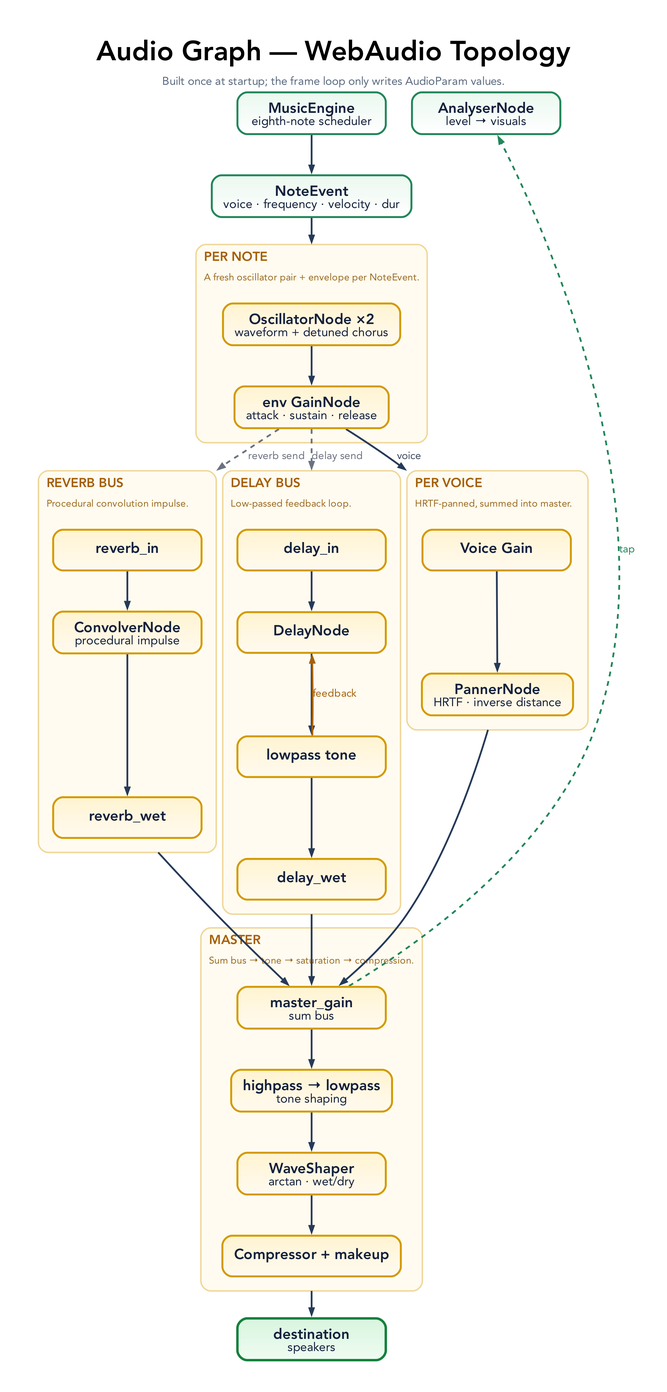
Before: docs/diagrams/audio-graph.png, a diagram exported from Graphviz (tre-systems/geno-2). Its source is kept beside it as docs/diagrams/audio-graph.dot.
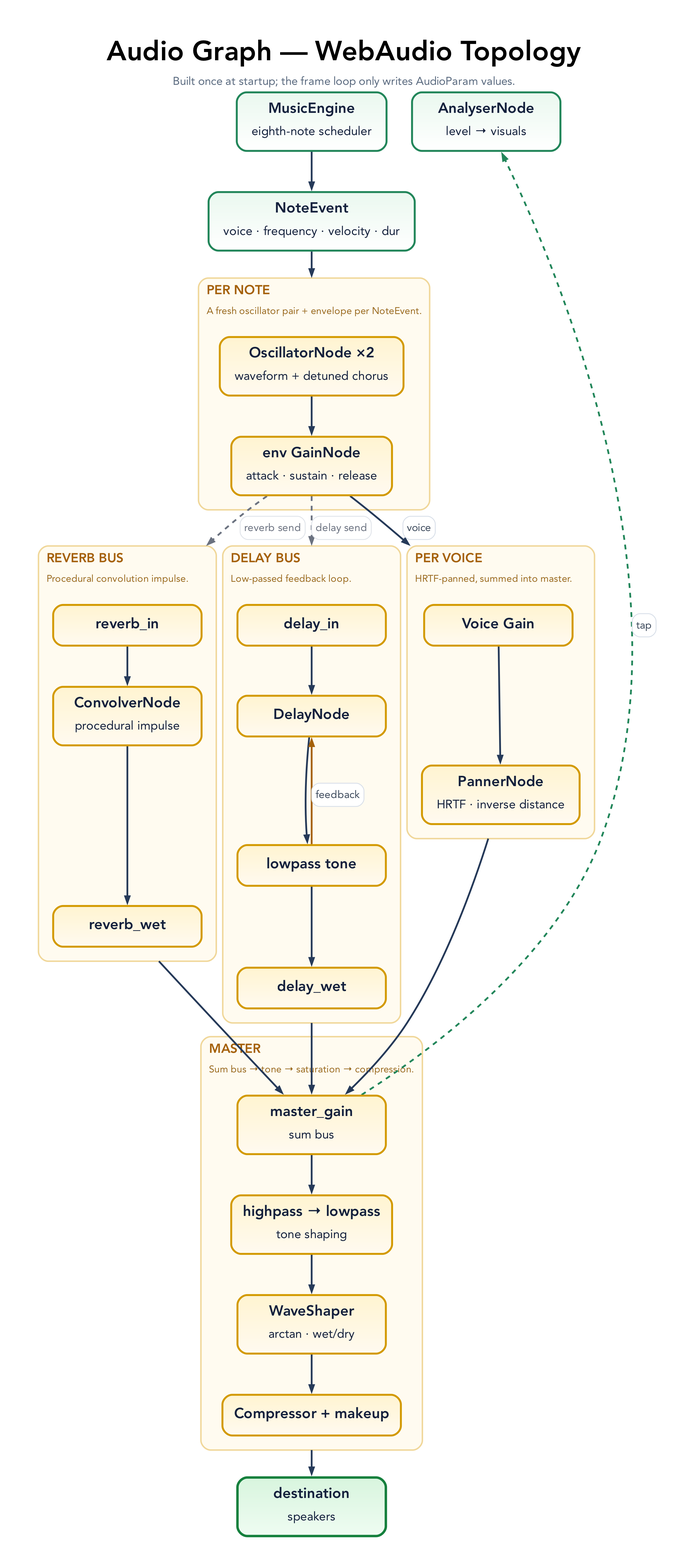
Later version of the same file.

What changed in the source:
```diff
@@ -46,8 +46,8 @@
     arrowsize=0.78
   ];
 
-  ENG  [label=<<B>MusicEngine</B><BR/><FONT POINT-SIZE="15">eighth-note scheduler</FONT>>, fillcolor="#eaf8ef:#ffffff", color="#22865a"];
-  NOTE [label=<<B>NoteEvent</B><BR/><FONT POINT-SIZE="15">voice · frequency · velocity · dur</FONT>>, fillcolor="#eaf8ef:#ffffff", color="#22865a"];
+  ENG  [label=<<TABLE BORDER="0" CELLBORDER="0" CELLSPACING="0" CELLPADDING="0"><TR><TD><B>MusicEngine</B></TD></TR><TR><TD CELLPADDING="4"><FONT POINT-SIZE="15">eighth-note scheduler</FONT></TD></TR></TABLE>>, fillcolor="#eaf8ef:#ffffff", color="#22865a"];
+  NOTE [label=<<TABLE BORDER="0" CELLBORDER="0" CELLSPACING="0" CELLPADDING="0"><TR><TD><B>NoteEvent</B></TD></TR><TR><TD CELLPADDING="4"><FONT POINT-SIZE="15">voice · frequency · velocity · dur</FONT></TD></TR></TABLE>>, fillcolor="#eaf8ef:#ffffff", color="#22865a"];
 
   subgraph cluster_note {
     graph [
@@ -60,8 +60,8 @@
       labelloc=t, labeljust=l,
       color="#f0d79a", fillcolor="#fffbf0", style="rounded,filled", penwidth=1.8, margin=18
     ];
-    OSC [label=<<B>OscillatorNode ×2</B><BR/><FONT POINT-SIZE="15">waveform + detuned chorus</FONT>>];
-    ENV [label=<<B>env GainNode</B><BR/><FONT POINT-SIZE="15">attack · sustain · release</FONT>>];
+    OSC [label=<<TABLE BORDER="0" CELLBORDER="0" CELLSPACING="0" CELLPADDING="0"><TR><TD><B>OscillatorNode ×2</B></TD></TR><TR><TD CELLPADDING="4"><FONT POINT-SIZE="15">waveform + detuned chorus</FONT></TD></TR></TABLE>>];
+    ENV [label=<<TABLE BORDER="0" CELLBORDER="0" CELLSPACING="0" CELLPADDING="0"><TR><TD><B>env GainNode</B></TD></TR><TR><TD CELLPADDING="4"><FONT POINT-SIZE="15">attack · sustain · release</FONT></TD></TR></TABLE>>];
     OSC -> ENV;
   }
 
@@ -77,7 +77,7 @@
       color="#f0d79a", fillcolor="#fffbf0", style="rounded,filled", penwidth=1.8, margin=18
     ];
     VG  [label=<<B>Voice Gain</B>>];
-    PAN [label=<<B>PannerNode</B><BR/><FONT POINT-SIZE="15">HRTF · inverse distance</FONT>>];
+    PAN [label=<<TABLE BORDER="0" CELLBORDER="0" CELLSPACING="0" CELLPADDING="0"><TR><TD><B>PannerNode</B></TD></TR><TR><TD CELLPADDING="4"><FONT POINT-SIZE="15">HRTF · inverse distance</FONT></TD></TR></TABLE>>];
     VG -> PAN;
   }
 
@@ -93,7 +93,7 @@
       color="#f0d79a", fillcolor="#fffbf0", style="rounded,filled", penwidth=1.8, margin=18
     ];
     RIN  [label=<<B>reverb_in</B>>];
-    CONV [label=<<B>ConvolverNode</B><BR/><FONT POINT-SIZE="15">procedural impulse</FONT>>];
+    CONV [label=<<TABLE BORDER="0" CELLBORDER="0" CELLSPACING="0" CELLPADDING="0"><TR><TD><B>ConvolverNode</B></TD></TR><TR><TD CELLPADDING="4"><FONT POINT-SIZE="15">procedural impulse</FONT></TD></TR></TABLE>>];
     RWET [label=<<B>reverb_wet</B>>];
     RIN -> CONV -> RWET;
   }
@@ -114,7 +114,7 @@
     DTONE [label=<<B>lowpass tone</B>>];
     DWET  [label=<<B>delay_wet</B>>];
     DIN -> DLY -> DTONE -> DWET;
-    DTONE -> DLY [label="feedback", color="#a5610a", fontcolor="#a5610a", constraint=false];
+    DTONE -> DLY [label=<<TABLE BORDER="1" CELLBORDER="0" STYLE="ROUNDED" COLOR="#d7dee8" BGCOLOR="#ffffff" CELLSPACING="0" CELLPADDING="4"><TR><TD><FONT POINT-SIZE="13" COLOR="#3d4a5c">feedback</FONT></TD></TR></TABLE>>, color="#a5610a", fontcolor="#a5610a", constraint=false];
   }
 
   subgraph cluster_master {
@@ -128,26 +128,26 @@
       labelloc=t, labeljust=l,
       color="#f0d79a", fillcolor="#fffbf0", style="rounded,filled", penwidth=1.8, margin=18
     ];
-    MASTER [label=<<B>master_gain</B><BR/><FONT POINT-SIZE="15">sum bus</FONT>>];
-    TONE   [label=<<B>highpass → lowpass</B><BR/><FONT POINT-SIZE="15">tone shaping</FONT>>];
-    SAT    [label=<<B>WaveShaper</B><BR/><FONT POINT-SIZE="15">arctan · wet/dry</FONT>>];
+    MASTER [label=<<TABLE BORDER="0" CELLBORDER="0" CELLSPACING="0" CELLPADDING="0"><TR><TD><B>master_gain</B></TD></TR><TR><TD CELLPADDING="4"><FONT POINT-SIZE="15">sum bus</FONT></TD></TR></TABLE>>];
+    TONE   [label=<<TABLE BORDER="0" CELLBORDER="0" CELLSPACING="0" CELLPADDING="0"><TR><TD><B>highpass → lowpass</B></TD></TR><TR><TD CELLPADDING="4"><FONT POINT-SIZE="15">tone shaping</FONT></TD></TR></TABLE>>];
+    SAT    [label=<<TABLE BORDER="0" CELLBORDER="0" CELLSPACING="0" CELLPADDING="0"><TR><TD><B>WaveShaper</B></TD></TR><TR><TD CELLPADDING="4"><FONT POINT-SIZE="15">arctan · wet/dry</FONT></TD></TR></TABLE>>];
     COMP   [label=<<B>Compressor + makeup</B>>];
     MASTER -> TONE -> SAT -> COMP;
   }
 
-  DEST [label=<<B>destination</B><BR/><FONT POINT-SIZE="15">speakers</FONT>>, fillcolor="#d8f5de:#effcf2", color="#15803d", penwidth=3.0];
-  ANALYSER [label=<<B>AnalyserNode</B><BR/><FONT POINT-SIZE="15">level → visuals</FONT>>, fillcolor="#eaf8ef:#ffffff", color="#22865a"];
+  DEST [label=<<TABLE BORDER="0" CELLBORDER="0" CELLSPACING="0" CELLPADDING="0"><TR><TD><B>destination</B></TD></TR><TR><TD CELLPADDING="4"><FONT POINT-SIZE="15">speakers</FONT></TD></TR></TABLE>>, fillcolor="#d8f5de:#effcf2", color="#15803d", penwidth=3.0];
+  ANALYSER [label=<<TABLE BORDER="0" CELLBORDER="0" CELLSPACING="0" CELLPADDING="0"><TR><TD><B>AnalyserNode</B></TD></TR><TR><TD CELLPADDING="4"><FONT POINT-SIZE="15">level → visuals</FONT></TD></TR></TABLE>>, fillcolor="#eaf8ef:#ffffff", color="#22865a"];
 
   ENG -> NOTE;
   NOTE -> OSC [lhead=cluster_note];
-  ENV -> VG  [lhead=cluster_voice, label="voice"];
-  ENV -> RIN [lhead=cluster_reverb, label="reverb send", style=dashed, color="#6b7280", fontcolor="#6b7280"];
-  ENV -> DIN [lhead=cluster_delay, label="delay send", style=dashed, color="#6b7280", fontcolor="#6b7280"];
+  ENV -> VG  [lhead=cluster_voice, label=<<TABLE BORDER="1" CELLBORDER="0" STYLE="ROUNDED" COLOR="#d7dee8" BGCOLOR="#ffffff" CELLSPACING="0" CELLPADDING="4"><TR><TD><FONT POINT-SIZE="13" COLOR="#3d4a5c">voice</FONT></TD></TR></TABLE>>];
+  ENV -> RIN [lhead=cluster_reverb, label=<<TABLE BORDER="1" CELLBORDER="0" STYLE="ROUNDED" COLOR="#dfe3e9" BGCOLOR="#ffffff" CELLSPACING="0" CELLPADDING="4"><TR><TD><FONT POINT-SIZE="13" COLOR="#6b7280">reverb send</FONT></TD></TR></TABLE>>, style=dashed, color="#6b7280", fontcolor="#6b7280"];
+  ENV -> DIN [lhead=cluster_delay, label=<<TABLE BORDER="1" CELLBORDER="0" STYLE="ROUNDED" COLOR="#dfe3e9" BGCOLOR="#ffffff" CELLSPACING="0" CELLPADDING="4"><TR><TD><FONT POINT-SIZE="13" COLOR="#6b7280">delay send</FONT></TD></TR></TABLE>>, style=dashed, color="#6b7280", fontcolor="#6b7280"];
   PAN  -> MASTER [ltail=cluster_voice];
   RWET -> MASTER [ltail=cluster_reverb];
   DWET -> MASTER [ltail=cluster_delay];
   COMP -> DEST [ltail=cluster_master];
-  MASTER -> ANALYSER [label="tap", style=dashed, color="#22865a", fontcolor="#22865a", constraint=false];
+  MASTER -> ANALYSER [label=<<TABLE BORDER="1" CELLBORDER="0" STYLE="ROUNDED" COLOR="#d7dee8" BGCOLOR="#ffffff" CELLSPACING="0" CELLPADDING="4"><TR><TD><FONT POINT-SIZE="13" COLOR="#3d4a5c">tap</FONT></TD></TR></TABLE>>, style=dashed, color="#22865a", fontcolor="#22865a", constraint=false];
 
   { rank=same; VG; RIN; DIN; }
 }
```
